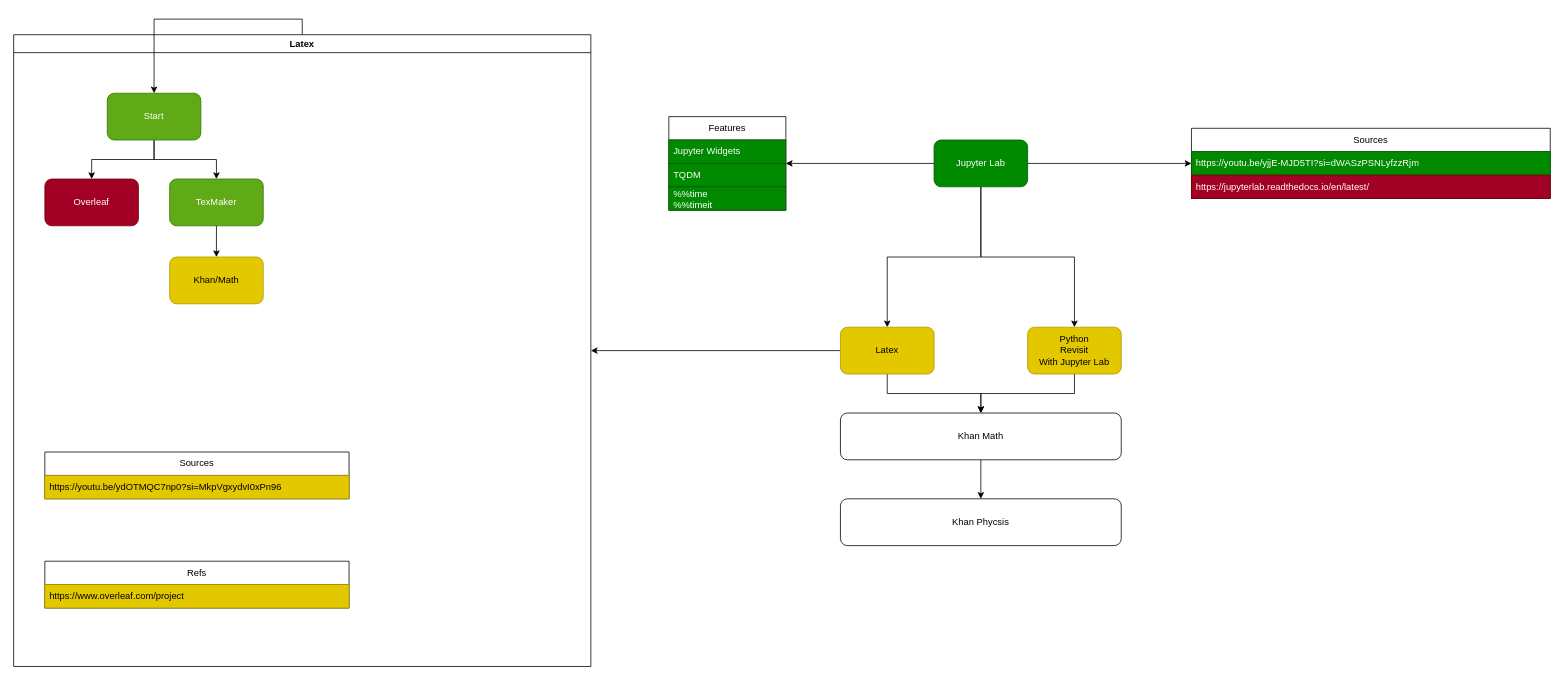
Earlier version of the draw.io diagram page "to-do" (2 of 2) of roadmap.drawio (Mini-Pingu/math_physics). Source tidied: cells renumbered, new cells numbered last; positions are measured from the earlier drawing's top-left corner, leaving out a move shared by most shapes. Both pictures are drawn from the tidied source at 78%, with x=0, y=0 at pixel (13, 34).
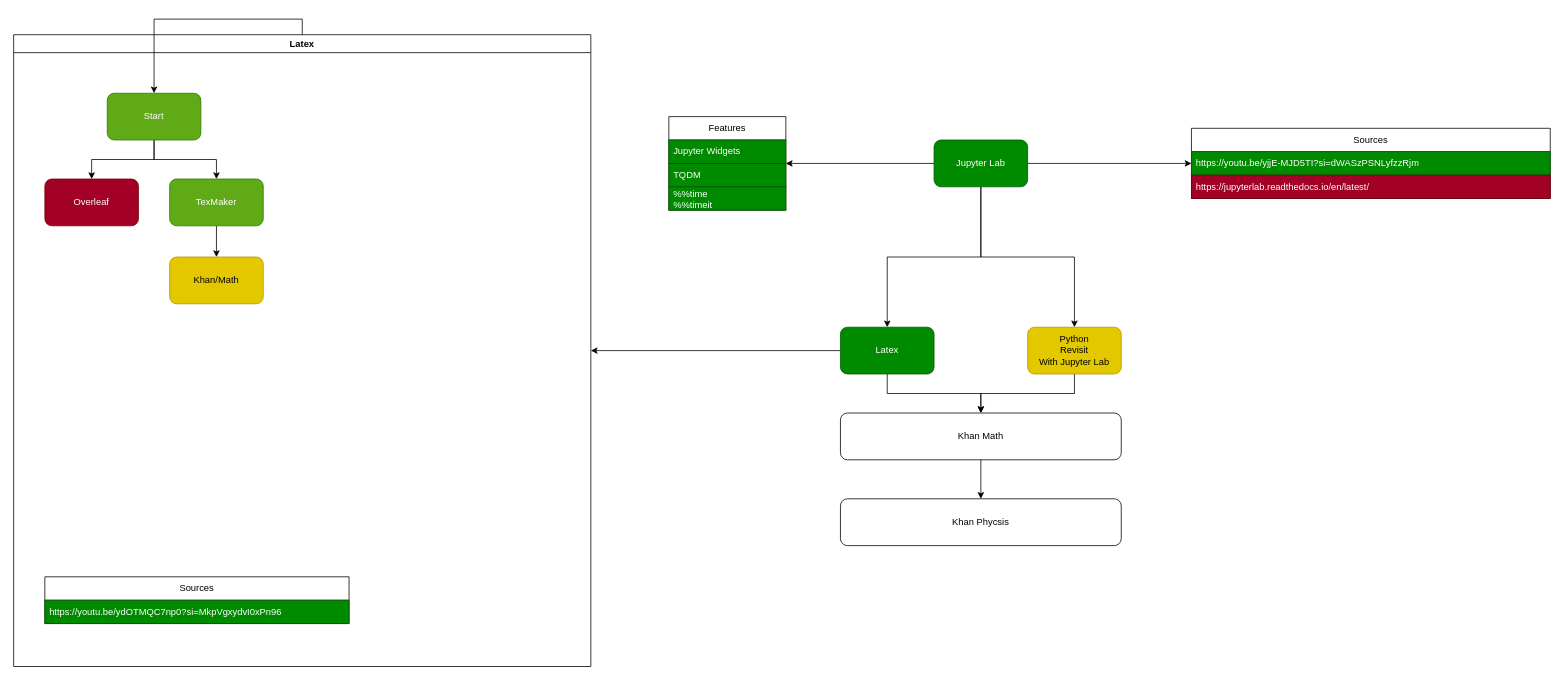
The same diagram, later.

The change refers to these unchanged cells:
```xml
<mxCell id="22" value="Latex" style="swimlane;whiteSpace=wrap;html=1;" parent="1" vertex="1">
  <mxGeometry width="740" height="810" as="geometry" />
</mxCell>
```

Change to the diagram source:
```diff
@@
-    <mxCell id="9" value="Latex" style="rounded=1;whiteSpace=wrap;html=1;fillColor=#e3c800;fontColor=#000000;strokeColor=#B09500;" parent="1" vertex="1">
+    <mxCell id="9" value="Latex" style="rounded=1;whiteSpace=wrap;html=1;fillColor=#008a00;fontColor=#ffffff;strokeColor=#005700;" parent="1" vertex="1">
       <mxGeometry x="1060" y="375" width="120" height="60" as="geometry" />
     </mxCell>
@@
     <mxCell id="23" value="Sources" style="swimlane;fontStyle=0;horizontal=1;startSize=30;whiteSpace=wrap;html=1;" parent="22" vertex="1">
-      <mxGeometry x="40" y="535" width="390" height="60" as="geometry" />
+      <mxGeometry x="40" y="695" width="390" height="60" as="geometry" />
     </mxCell>
-    <mxCell id="24" value="https://youtu.be/ydOTMQC7np0?si=MkpVgxydvI0xPn96" style="text;strokeColor=#B09500;fillColor=#e3c800;align=left;verticalAlign=middle;spacingLeft=4;spacingRight=4;overflow=hidden;whiteSpace=wrap;html=1;fontColor=#000000;" parent="23" vertex="1">
+    <mxCell id="24" value="https://youtu.be/ydOTMQC7np0?si=MkpVgxydvI0xPn96" style="text;strokeColor=#005700;fillColor=#008a00;align=left;verticalAlign=middle;spacingLeft=4;spacingRight=4;overflow=hidden;whiteSpace=wrap;html=1;fontColor=#ffffff;" parent="23" vertex="1">
       <mxGeometry y="30" width="390" height="30" as="geometry" />
     </mxCell>
-    <mxCell id="25" value="Refs" style="swimlane;fontStyle=0;horizontal=1;startSize=30;whiteSpace=wrap;html=1;" parent="22" vertex="1">
-      <mxGeometry x="40" y="675" width="390" height="60" as="geometry" />
-    </mxCell>
-    <mxCell id="26" value="https://www.overleaf.com/project" style="text;strokeColor=#B09500;fillColor=#e3c800;align=left;verticalAlign=middle;spacingLeft=4;spacingRight=4;overflow=hidden;whiteSpace=wrap;html=1;fontColor=#000000;" parent="25" vertex="1">
-      <mxGeometry y="30" width="390" height="30" as="geometry" />
-    </mxCell>
```
